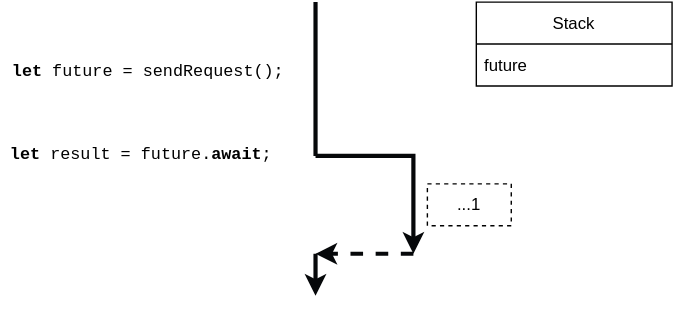
Before: images/rust-promise-step-2.drawio.svg, a diagram exported from draw.io (nikomatsakis/lsrtm-2022-05). Source tidied: cells renumbered, new cells last; positions are measured from the earlier drawing's top-left corner, leaving out a move shared by most shapes. Its diagram source:
```xml
<mxGraphModel>
  <root>
    <mxCell id="0" />
    <mxCell id="1" parent="0" />
    <mxCell id="2" style="endArrow=none;html=1;rounded=0;fillColor=#dae8fc;strokeColor=#06080A;strokeWidth=3;endFill=0;" parent="1" edge="1">
      <mxGeometry relative="1" as="geometry">
        <mxPoint x="225" as="sourcePoint" />
        <mxPoint x="225" y="110" as="targetPoint" />
      </mxGeometry>
    </mxCell>
    <mxCell id="3" value="&lt;pre&gt;&lt;code class=&quot;js hljs javascript remark-code&quot;&gt;&lt;span class=&quot;hljs-keyword&quot;&gt;&lt;b&gt;let&lt;/b&gt;&lt;/span&gt; future = sendRequest();&lt;/code&gt;&lt;/pre&gt;" style="text;html=1;align=center;verticalAlign=middle;strokeColor=none;fillColor=none;" parent="1" vertex="1">
      <mxGeometry y="30" width="210" height="40" as="geometry" />
    </mxCell>
    <mxCell id="4" value="Stack" style="swimlane;fontStyle=0;horizontal=1;startSize=30;" parent="1" vertex="1">
      <mxGeometry x="340" width="140" height="60" as="geometry" />
    </mxCell>
    <mxCell id="5" value="future" style="text;strokeColor=none;fillColor=none;align=left;verticalAlign=middle;spacingLeft=4;spacingRight=4;overflow=hidden;" parent="4" vertex="1">
      <mxGeometry y="30" width="140" height="30" as="geometry" />
    </mxCell>
    <mxCell id="6" value="...1" style="text;html=1;strokeColor=default;fillColor=none;align=center;verticalAlign=middle;whiteSpace=wrap;rounded=0;perimeterSpacing=0;dashed=1;" parent="1" vertex="1">
      <mxGeometry x="305" y="130" width="60" height="30" as="geometry" />
    </mxCell>
    <mxCell id="7" style="endArrow=classic;html=1;rounded=0;strokeColor=#06080A;strokeWidth=3;" parent="1" edge="1">
      <mxGeometry relative="1" as="geometry">
        <mxPoint x="225" y="110" as="sourcePoint" />
        <mxPoint x="295" y="180" as="targetPoint" />
        <Array as="points">
          <mxPoint x="295" y="110" />
        </Array>
      </mxGeometry>
    </mxCell>
    <mxCell id="8" value="&lt;pre&gt;&lt;code class=&quot;js hljs javascript remark-code&quot;&gt;&lt;span class=&quot;hljs-keyword&quot;&gt;&lt;b&gt;let&lt;/b&gt;&lt;/span&gt; result = future.&lt;b&gt;await&lt;/b&gt;;&lt;/code&gt;&lt;/pre&gt;" style="text;html=1;align=center;verticalAlign=middle;strokeColor=none;fillColor=none;" parent="1" vertex="1">
      <mxGeometry y="90" width="200" height="40" as="geometry" />
    </mxCell>
    <mxCell id="9" style="endArrow=classic;html=1;rounded=0;strokeColor=#06080A;strokeWidth=3;dashed=1;" parent="1" edge="1">
      <mxGeometry relative="1" as="geometry">
        <mxPoint x="295" y="180" as="sourcePoint" />
        <mxPoint x="225" y="180" as="targetPoint" />
      </mxGeometry>
    </mxCell>
    <mxCell id="10" style="endArrow=classic;html=1;rounded=0;fillColor=#dae8fc;strokeColor=#06080A;strokeWidth=3;" parent="1" edge="1">
      <mxGeometry relative="1" as="geometry">
        <mxPoint x="225" y="180" as="sourcePoint" />
        <mxPoint x="225" y="210" as="targetPoint" />
      </mxGeometry>
    </mxCell>
  </root>
</mxGraphModel>
```
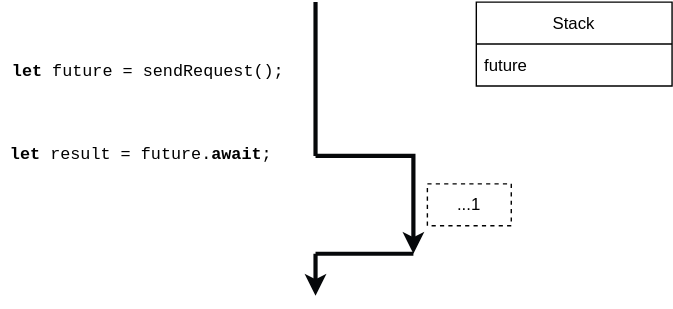
Above is the later version.

What changed in the source:
```diff
@@ -32,7 +32,7 @@
     <mxCell id="8" value="&lt;pre&gt;&lt;code class=&quot;js hljs javascript remark-code&quot;&gt;&lt;span class=&quot;hljs-keyword&quot;&gt;&lt;b&gt;let&lt;/b&gt;&lt;/span&gt; result = future.&lt;b&gt;await&lt;/b&gt;;&lt;/code&gt;&lt;/pre&gt;" style="text;html=1;align=center;verticalAlign=middle;strokeColor=none;fillColor=none;" parent="1" vertex="1">
       <mxGeometry y="90" width="200" height="40" as="geometry" />
     </mxCell>
-    <mxCell id="9" style="endArrow=classic;html=1;rounded=0;strokeColor=#06080A;strokeWidth=3;dashed=1;" parent="1" edge="1">
+    <mxCell id="9" style="endArrow=none;html=1;rounded=0;strokeColor=#06080A;strokeWidth=3;endFill=0;" parent="1" edge="1">
       <mxGeometry relative="1" as="geometry">
         <mxPoint x="295" y="180" as="sourcePoint" />
         <mxPoint x="225" y="180" as="targetPoint" />
```
